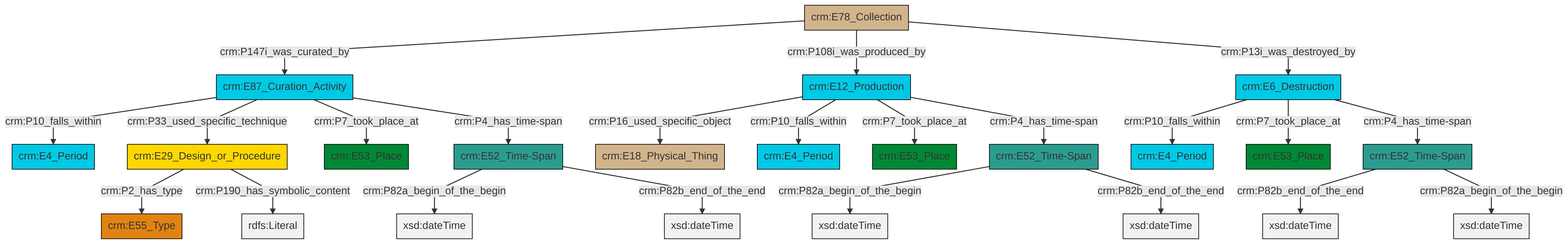
The Mermaid diagram et/archivalCSV/ttl/mmd/png/archival_existence.png in swiss-art-research-net/docs.swissartresearch, before a commit. Its source is kept beside it as et/archivalCSV/ttl/mmd/archival_existence.ttl.mmd.
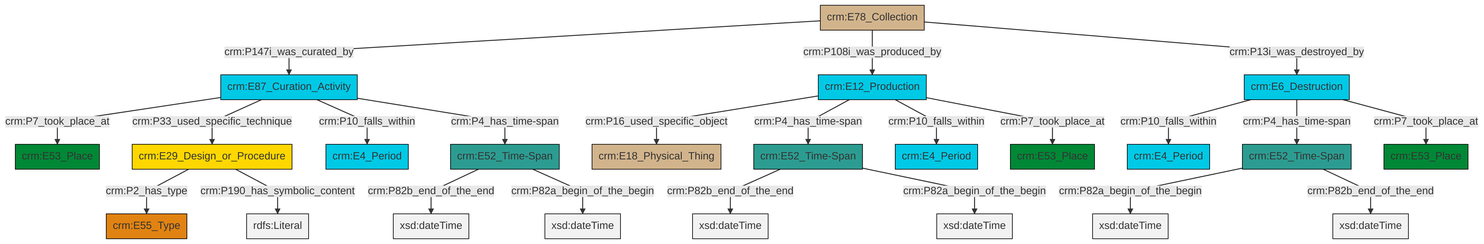
Later version of the same file.

Diff of the diagram source:
```diff
@@ -13,25 +13,25 @@
 classDef PC_Classes fill:#4ce600, stroke:#000000;
 classDef Multi fill:#cccccc,stroke:#000000;
 
-0["crm:E52_Time-Span"]:::Time-Span -->|crm:P82a_begin_of_the_begin| 1[xsd:dateTime]:::Literal
-4["crm:E87_Curation_Activity"]:::Temporal_Entity -->|crm:P10_falls_within| 5["crm:E4_Period"]:::Temporal_Entity
-6["crm:E29_Design_or_Procedure"]:::Conceptual_Object -->|crm:P2_has_type| 7["crm:E55_Type"]:::Type
-4["crm:E87_Curation_Activity"]:::Temporal_Entity -->|crm:P33_used_specific_technique| 6["crm:E29_Design_or_Procedure"]:::Conceptual_Object
-8["crm:E78_Collection"]:::Physical_Thing -->|crm:P147i_was_curated_by| 4["crm:E87_Curation_Activity"]:::Temporal_Entity
-4["crm:E87_Curation_Activity"]:::Temporal_Entity -->|crm:P7_took_place_at| 14["crm:E53_Place"]:::Place
-0["crm:E52_Time-Span"]:::Time-Span -->|crm:P82b_end_of_the_end| 15[xsd:dateTime]:::Literal
-18["crm:E12_Production"]:::Temporal_Entity -->|crm:P16_used_specific_object| 19["crm:E18_Physical_Thing"]:::Physical_Thing
-18["crm:E12_Production"]:::Temporal_Entity -->|crm:P10_falls_within| 21["crm:E4_Period"]:::Temporal_Entity
-2["crm:E52_Time-Span"]:::Time-Span -->|crm:P82b_end_of_the_end| 24[xsd:dateTime]:::Literal
-2["crm:E52_Time-Span"]:::Time-Span -->|crm:P82a_begin_of_the_begin| 25[xsd:dateTime]:::Literal
-26["crm:E6_Destruction"]:::Temporal_Entity -->|crm:P10_falls_within| 16["crm:E4_Period"]:::Temporal_Entity
-9["crm:E52_Time-Span"]:::Time-Span -->|crm:P82a_begin_of_the_begin| 27[xsd:dateTime]:::Literal
-18["crm:E12_Production"]:::Temporal_Entity -->|crm:P7_took_place_at| 28["crm:E53_Place"]:::Place
-26["crm:E6_Destruction"]:::Temporal_Entity -->|crm:P7_took_place_at| 12["crm:E53_Place"]:::Place
-18["crm:E12_Production"]:::Temporal_Entity -->|crm:P4_has_time-span| 9["crm:E52_Time-Span"]:::Time-Span
-4["crm:E87_Curation_Activity"]:::Temporal_Entity -->|crm:P4_has_time-span| 0["crm:E52_Time-Span"]:::Time-Span
-9["crm:E52_Time-Span"]:::Time-Span -->|crm:P82b_end_of_the_end| 33[xsd:dateTime]:::Literal
-8["crm:E78_Collection"]:::Physical_Thing -->|crm:P108i_was_produced_by| 18["crm:E12_Production"]:::Temporal_Entity
-26["crm:E6_Destruction"]:::Temporal_Entity -->|crm:P4_has_time-span| 2["crm:E52_Time-Span"]:::Time-Span
-6["crm:E29_Design_or_Procedure"]:::Conceptual_Object -->|crm:P190_has_symbolic_content| 37[rdfs:Literal]:::Literal
-8["crm:E78_Collection"]:::Physical_Thing -->|crm:P13i_was_destroyed_by| 26["crm:E6_Destruction"]:::Temporal_Entity
+0["crm:E52_Time-Span"]:::Time-Span -->|crm:P82b_end_of_the_end| 1[xsd:dateTime]:::Literal
+6["crm:E52_Time-Span"]:::Time-Span -->|crm:P82b_end_of_the_end| 7[xsd:dateTime]:::Literal
+8["crm:E12_Production"]:::Temporal_Entity -->|crm:P16_used_specific_object| 9["crm:E18_Physical_Thing"]:::Physical_Thing
+2["crm:E87_Curation_Activity"]:::Temporal_Entity -->|crm:P7_took_place_at| 10["crm:E53_Place"]:::Place
+8["crm:E12_Production"]:::Temporal_Entity -->|crm:P4_has_time-span| 0["crm:E52_Time-Span"]:::Time-Span
+13["crm:E78_Collection"]:::Physical_Thing -->|crm:P147i_was_curated_by| 2["crm:E87_Curation_Activity"]:::Temporal_Entity
+14["crm:E6_Destruction"]:::Temporal_Entity -->|crm:P10_falls_within| 15["crm:E4_Period"]:::Temporal_Entity
+2["crm:E87_Curation_Activity"]:::Temporal_Entity -->|crm:P33_used_specific_technique| 16["crm:E29_Design_or_Procedure"]:::Conceptual_Object
+16["crm:E29_Design_or_Procedure"]:::Conceptual_Object -->|crm:P2_has_type| 20["crm:E55_Type"]:::Type
+8["crm:E12_Production"]:::Temporal_Entity -->|crm:P10_falls_within| 22["crm:E4_Period"]:::Temporal_Entity
+6["crm:E52_Time-Span"]:::Time-Span -->|crm:P82a_begin_of_the_begin| 23[xsd:dateTime]:::Literal
+8["crm:E12_Production"]:::Temporal_Entity -->|crm:P7_took_place_at| 18["crm:E53_Place"]:::Place
+14["crm:E6_Destruction"]:::Temporal_Entity -->|crm:P4_has_time-span| 24["crm:E52_Time-Span"]:::Time-Span
+2["crm:E87_Curation_Activity"]:::Temporal_Entity -->|crm:P10_falls_within| 4["crm:E4_Period"]:::Temporal_Entity
+2["crm:E87_Curation_Activity"]:::Temporal_Entity -->|crm:P4_has_time-span| 6["crm:E52_Time-Span"]:::Time-Span
+13["crm:E78_Collection"]:::Physical_Thing -->|crm:P108i_was_produced_by| 8["crm:E12_Production"]:::Temporal_Entity
+24["crm:E52_Time-Span"]:::Time-Span -->|crm:P82a_begin_of_the_begin| 28[xsd:dateTime]:::Literal
+13["crm:E78_Collection"]:::Physical_Thing -->|crm:P13i_was_destroyed_by| 14["crm:E6_Destruction"]:::Temporal_Entity
+24["crm:E52_Time-Span"]:::Time-Span -->|crm:P82b_end_of_the_end| 33[xsd:dateTime]:::Literal
+16["crm:E29_Design_or_Procedure"]:::Conceptual_Object -->|crm:P190_has_symbolic_content| 35[rdfs:Literal]:::Literal
+14["crm:E6_Destruction"]:::Temporal_Entity -->|crm:P7_took_place_at| 29["crm:E53_Place"]:::Place
+0["crm:E52_Time-Span"]:::Time-Span -->|crm:P82a_begin_of_the_begin| 36[xsd:dateTime]:::Literal
```
